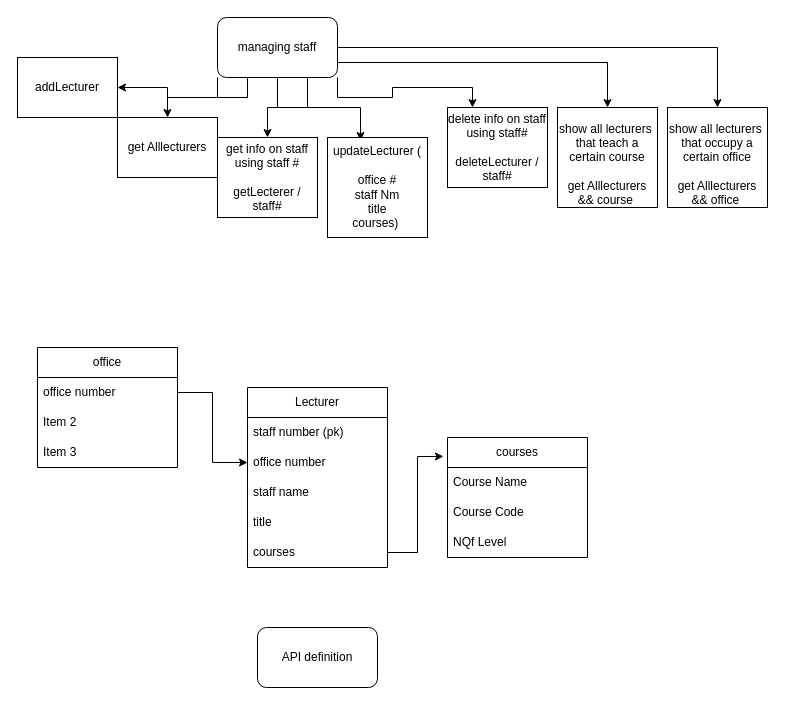
Earlier version of the draw.io diagram Question 1/Q1Diagram.drawio (frans-nekongo/DSA_ASSIGNMENT_2023). Source tidied: cells renumbered, new cells numbered last; positions are measured from the earlier drawing's top-left corner, leaving out a move shared by most shapes. Both pictures are drawn from the tidied source at 100%, with x=0, y=0 at pixel (17, 17).
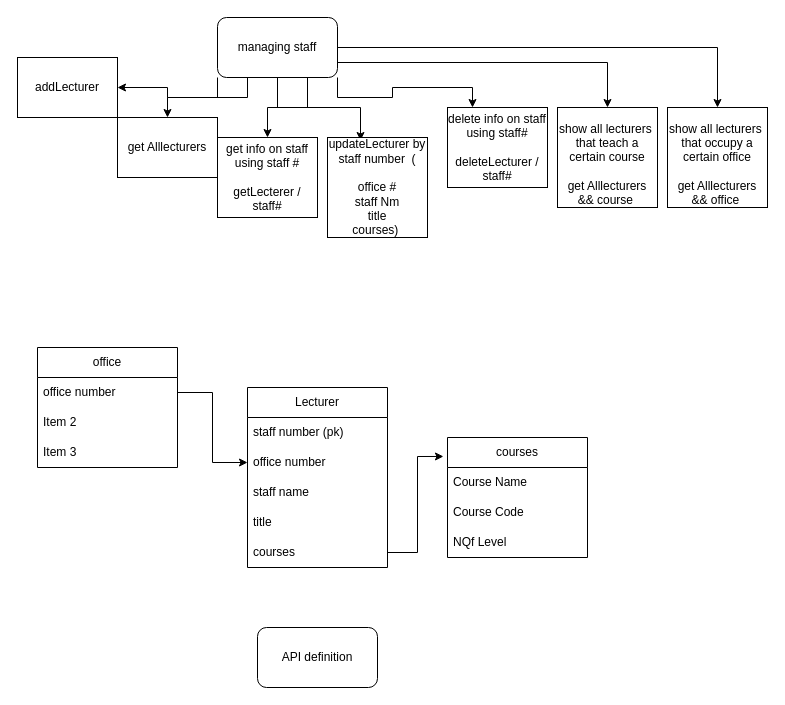
Above is the later version.

The edit, as a diff of the source:
```diff
@@
-    <mxCell id="26" value="updateLecturer (&lt;br&gt;&lt;br&gt;office #&lt;br&gt;staff Nm&lt;br&gt;title&lt;br&gt;courses)&amp;nbsp;" style="rounded=0;whiteSpace=wrap;html=1;" parent="1" vertex="1">
+    <mxCell id="26" value="updateLecturer by staff number&amp;nbsp; (&lt;br&gt;&lt;br&gt;office #&lt;br&gt;staff Nm&lt;br&gt;title&lt;br&gt;courses)&amp;nbsp;" style="rounded=0;whiteSpace=wrap;html=1;" parent="1" vertex="1">
       <mxGeometry x="310" y="120" width="100" height="100" as="geometry" />
     </mxCell>
```
